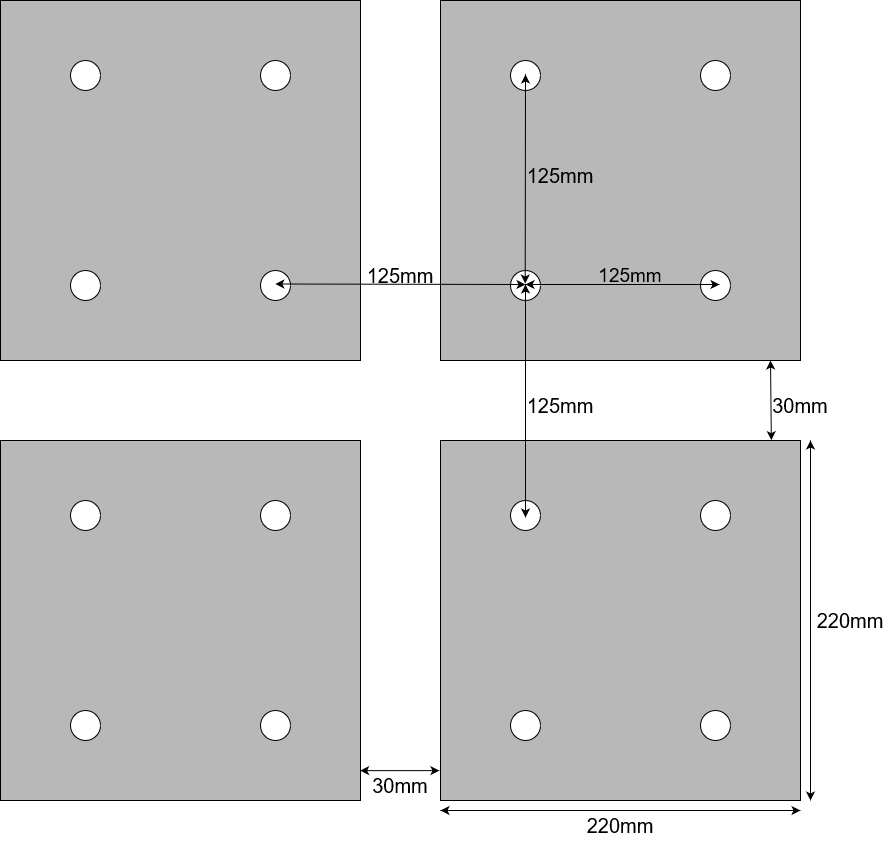
Above: PCB/img/pcb_dimensions.png in StrijpT-Ellie/contour-wall (draw.io), before the change. Source tidied: cells renumbered, new cells last; positions are measured from the earlier drawing's top-left corner, leaving out a move shared by most shapes.
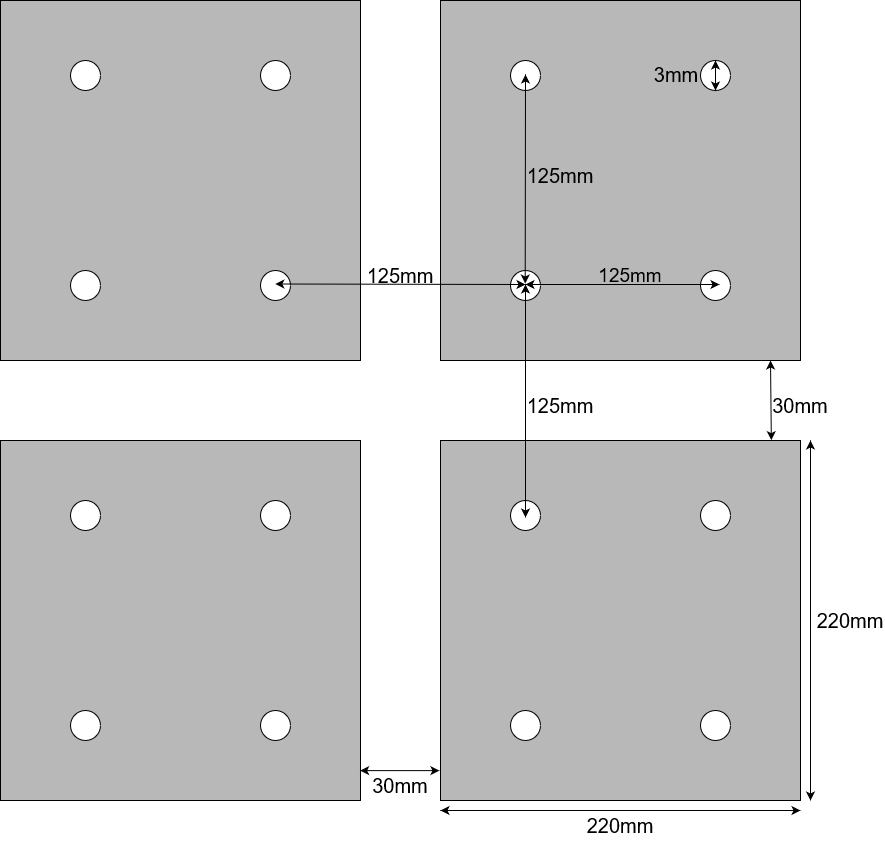
After the commit.

Commit message:
fixed small mistake in pcb_dimensions png

The edit, as a diff of the source:
```diff
@@ -130,5 +130,14 @@
     <mxCell id="37" value="&lt;font style=&quot;font-size: 20px;&quot;&gt;125mm&lt;/font&gt;" style="text;html=1;strokeColor=none;fillColor=none;align=center;verticalAlign=middle;whiteSpace=wrap;rounded=0;" parent="1" vertex="1">
       <mxGeometry x="530" y="160" width="60" height="30" as="geometry" />
     </mxCell>
+    <mxCell id="38" style="endArrow=classic;startArrow=classic;html=1;rounded=0;" parent="1" edge="1">
+      <mxGeometry relative="1" as="geometry">
+        <mxPoint x="715" y="90" as="sourcePoint" />
+        <mxPoint x="715" y="60" as="targetPoint" />
+      </mxGeometry>
+    </mxCell>
+    <mxCell id="39" value="&lt;font style=&quot;font-size: 20px;&quot;&gt;3mm&lt;/font&gt;" style="text;html=1;strokeColor=none;fillColor=none;align=center;verticalAlign=middle;whiteSpace=wrap;rounded=0;" parent="1" vertex="1">
+      <mxGeometry x="646" y="59" width="60" height="30" as="geometry" />
+    </mxCell>
   </root>
 </mxGraphModel>
```
